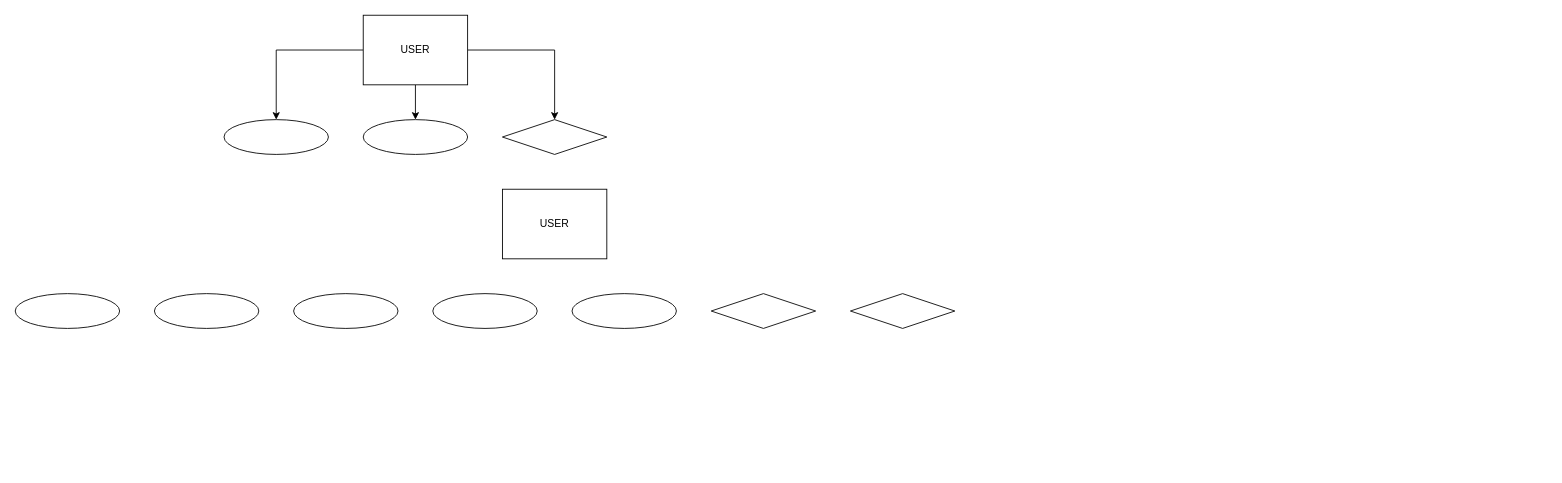
Above: Appl Idea/Draft Entity Relationship Diagram (ERD).drawio in anhvuanhvu/SPU_CSC3220_W25_T7 (draw.io), before the change. Source tidied: cells renumbered, new cells numbered last; positions are measured from the earlier drawing's top-left corner, leaving out a move shared by most shapes. Both pictures are drawn from the tidied source at 87%, with x=0, y=0 at pixel (15, 15).
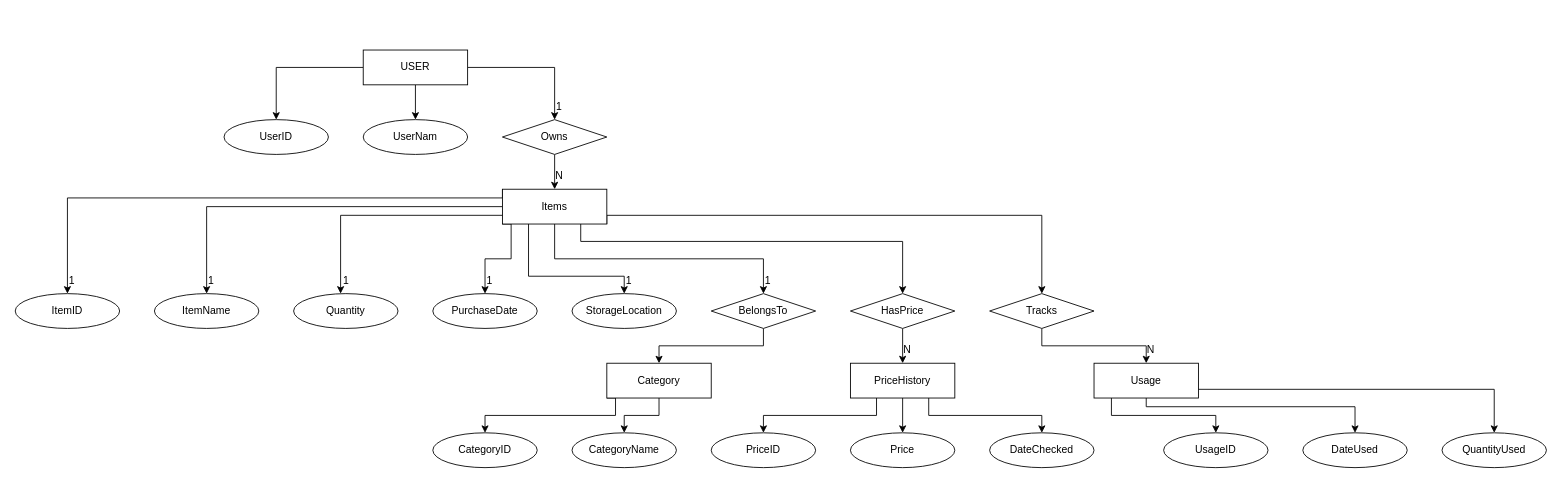
The same page after the edit.

The edit, as a diff of the source:
```diff
@@
     <mxCell id="5" value="USER" style="rounded=0;whiteSpace=wrap;html=1;" parent="1" vertex="1">
-      <mxGeometry x="400" width="120" height="80" as="geometry" />
+      <mxGeometry x="400" y="40" width="120" height="40" as="geometry" />
     </mxCell>
-    <mxCell id="6" style="ellipse;whiteSpace=wrap;html=1;" parent="1" vertex="1">
+    <mxCell id="6" value="UserNam" style="ellipse;whiteSpace=wrap;html=1;" parent="1" vertex="1">
       <mxGeometry x="400" y="120" width="120" height="40" as="geometry" />
     </mxCell>
-    <mxCell id="7" style="ellipse;whiteSpace=wrap;html=1;" parent="1" vertex="1">
+    <mxCell id="7" value="UserID" style="ellipse;whiteSpace=wrap;html=1;" parent="1" vertex="1">
       <mxGeometry x="240" y="120" width="120" height="40" as="geometry" />
     </mxCell>
+    <mxCell id="18" style="edgeStyle=orthogonalEdgeStyle;rounded=0;jettySize=auto;html=1;exitX=0.5;exitY=1;exitDx=0;exitDy=0;entryX=0.5;entryY=0;entryDx=0;entryDy=0;" parent="1" edge="1" source="8" target="9">
+      <mxGeometry relative="1" as="geometry" />
+    </mxCell>
-    <mxCell id="8" style="rhombus;whiteSpace=wrap;html=1;" parent="1" vertex="1">
+    <mxCell id="8" value="Owns" style="rhombus;whiteSpace=wrap;html=1;" parent="1" vertex="1">
       <mxGeometry x="560" y="120" width="120" height="40" as="geometry" />
     </mxCell>
+    <mxCell id="19" style="edgeStyle=orthogonalEdgeStyle;rounded=0;jettySize=auto;html=1;exitX=0.5;exitY=1;exitDx=0;exitDy=0;entryX=0.5;entryY=0;entryDx=0;entryDy=0;" parent="1" edge="1" source="9" target="16">
+      <mxGeometry relative="1" as="geometry" />
+    </mxCell>
+    <mxCell id="20" style="edgeStyle=orthogonalEdgeStyle;rounded=0;jettySize=auto;html=1;exitX=0.75;exitY=1;exitDx=0;exitDy=0;entryX=0.5;entryY=0;entryDx=0;entryDy=0;" parent="1" edge="1" target="17">
+      <mxGeometry relative="1" as="geometry">
+        <mxPoint x="650" y="230" as="sourcePoint" />
+        <Array as="points">
+          <mxPoint x="650" y="260" />
+          <mxPoint x="1020" y="260" />
+        </Array>
+      </mxGeometry>
+    </mxCell>
+    <mxCell id="21" style="edgeStyle=orthogonalEdgeStyle;rounded=0;jettySize=auto;html=1;exitX=1;exitY=1;exitDx=0;exitDy=0;entryX=0.5;entryY=0;entryDx=0;entryDy=0;" parent="1" edge="1" source="9" target="41">
+      <mxGeometry relative="1" as="geometry">
+        <Array as="points">
+          <mxPoint x="680" y="230" />
+          <mxPoint x="1180" y="230" />
+        </Array>
+      </mxGeometry>
+    </mxCell>
+    <mxCell id="22" style="edgeStyle=orthogonalEdgeStyle;rounded=0;jettySize=auto;html=1;exitX=0.25;exitY=1;exitDx=0;exitDy=0;" parent="1" edge="1" source="9" target="11">
+      <mxGeometry relative="1" as="geometry">
+        <Array as="points">
+          <mxPoint x="590" y="300" />
+          <mxPoint x="700" y="300" />
+        </Array>
+      </mxGeometry>
+    </mxCell>
+    <mxCell id="23" style="edgeStyle=orthogonalEdgeStyle;rounded=0;jettySize=auto;html=1;exitX=0;exitY=1;exitDx=0;exitDy=0;" parent="1" edge="1" source="9" target="10">
+      <mxGeometry relative="1" as="geometry">
+        <Array as="points">
+          <mxPoint x="570" y="240" />
+          <mxPoint x="570" y="280" />
+          <mxPoint x="540" y="280" />
+        </Array>
+      </mxGeometry>
+    </mxCell>
+    <mxCell id="24" style="edgeStyle=orthogonalEdgeStyle;rounded=0;jettySize=auto;html=1;exitX=0;exitY=0.5;exitDx=0;exitDy=0;entryX=0.5;entryY=0;entryDx=0;entryDy=0;" parent="1" edge="1" source="9" target="13">
+      <mxGeometry relative="1" as="geometry" />
+    </mxCell>
+    <mxCell id="25" style="edgeStyle=orthogonalEdgeStyle;rounded=0;jettySize=auto;html=1;exitX=0;exitY=0;exitDx=0;exitDy=0;entryX=0.5;entryY=0;entryDx=0;entryDy=0;" parent="1" edge="1" source="9" target="14">
+      <mxGeometry relative="1" as="geometry">
+        <Array as="points">
+          <mxPoint x="560" y="210" />
+          <mxPoint x="60" y="210" />
+        </Array>
+      </mxGeometry>
+    </mxCell>
-    <mxCell id="9" value="USER" style="rounded=0;whiteSpace=wrap;html=1;" parent="1" vertex="1">
-      <mxGeometry x="560" y="200" width="120" height="80" as="geometry" />
+    <mxCell id="9" value="Items" style="rounded=0;whiteSpace=wrap;html=1;" parent="1" vertex="1">
+      <mxGeometry x="560" y="200" width="120" height="40" as="geometry" />
     </mxCell>
-    <mxCell id="10" style="ellipse;whiteSpace=wrap;html=1;" parent="1" vertex="1">
+    <mxCell id="10" value="PurchaseDate" style="ellipse;whiteSpace=wrap;html=1;" parent="1" vertex="1">
       <mxGeometry x="480" y="320" width="120" height="40" as="geometry" />
     </mxCell>
-    <mxCell id="11" style="ellipse;whiteSpace=wrap;html=1;" parent="1" vertex="1">
+    <mxCell id="11" value="StorageLocation" style="ellipse;whiteSpace=wrap;html=1;" parent="1" vertex="1">
       <mxGeometry x="640" y="320" width="120" height="40" as="geometry" />
     </mxCell>
-    <mxCell id="12" style="ellipse;whiteSpace=wrap;html=1;" parent="1" vertex="1">
+    <mxCell id="12" value="Quantity" style="ellipse;whiteSpace=wrap;html=1;" parent="1" vertex="1">
       <mxGeometry x="320" y="320" width="120" height="40" as="geometry" />
     </mxCell>
-    <mxCell id="13" style="ellipse;whiteSpace=wrap;html=1;" parent="1" vertex="1">
+    <mxCell id="13" value="ItemName" style="ellipse;whiteSpace=wrap;html=1;" parent="1" vertex="1">
       <mxGeometry x="160" y="320" width="120" height="40" as="geometry" />
     </mxCell>
-    <mxCell id="14" style="ellipse;whiteSpace=wrap;html=1;" parent="1" vertex="1">
+    <mxCell id="14" value="ItemID" style="ellipse;whiteSpace=wrap;html=1;" parent="1" vertex="1">
       <mxGeometry y="320" width="120" height="40" as="geometry" />
     </mxCell>
@@
+    <mxCell id="26" style="edgeStyle=orthogonalEdgeStyle;rounded=0;jettySize=auto;html=1;exitX=0.5;exitY=1;exitDx=0;exitDy=0;entryX=0.5;entryY=0;entryDx=0;entryDy=0;" parent="1" edge="1" source="16" target="30">
+      <mxGeometry relative="1" as="geometry" />
+    </mxCell>
-    <mxCell id="16" style="rhombus;whiteSpace=wrap;html=1;" parent="1" vertex="1">
+    <mxCell id="16" value="BelongsTo" style="rhombus;whiteSpace=wrap;html=1;" parent="1" vertex="1">
       <mxGeometry x="800" y="320" width="120" height="40" as="geometry" />
     </mxCell>
+    <mxCell id="27" style="edgeStyle=orthogonalEdgeStyle;rounded=0;jettySize=auto;html=1;exitX=0.5;exitY=1;exitDx=0;exitDy=0;entryX=0.5;entryY=0;entryDx=0;entryDy=0;" parent="1" edge="1" source="17" target="36">
+      <mxGeometry relative="1" as="geometry" />
+    </mxCell>
-    <mxCell id="17" style="rhombus;whiteSpace=wrap;html=1;" parent="1" vertex="1">
+    <mxCell id="17" value="HasPrice" style="rhombus;whiteSpace=wrap;html=1;" parent="1" vertex="1">
       <mxGeometry x="960" y="320" width="120" height="40" as="geometry" />
     </mxCell>
+    <mxCell id="28" style="edgeStyle=orthogonalEdgeStyle;rounded=0;jettySize=auto;html=1;entryX=0.5;entryY=0;entryDx=0;entryDy=0;" parent="1" edge="1" source="30" target="39">
+      <mxGeometry relative="1" as="geometry" />
+    </mxCell>
+    <mxCell id="29" style="edgeStyle=orthogonalEdgeStyle;rounded=0;jettySize=auto;html=1;exitX=0;exitY=1;exitDx=0;exitDy=0;entryX=0.5;entryY=0;entryDx=0;entryDy=0;" parent="1" edge="1" source="30" target="38">
+      <mxGeometry relative="1" as="geometry">
+        <Array as="points">
+          <mxPoint x="690" y="440" />
+          <mxPoint x="690" y="460" />
+          <mxPoint x="540" y="460" />
+        </Array>
+      </mxGeometry>
+    </mxCell>
+    <mxCell id="30" value="Category" style="rounded=0;whiteSpace=wrap;html=1;" parent="1" vertex="1">
+      <mxGeometry x="680" y="400" width="120" height="40" as="geometry" />
+    </mxCell>
+    <mxCell id="31" value="DateChecked" style="ellipse;whiteSpace=wrap;html=1;" parent="1" vertex="1">
+      <mxGeometry x="1120" y="480" width="120" height="40" as="geometry" />
+    </mxCell>
+    <mxCell id="32" value="PriceID" style="ellipse;whiteSpace=wrap;html=1;" parent="1" vertex="1">
+      <mxGeometry x="800" y="480" width="120" height="40" as="geometry" />
+    </mxCell>
+    <mxCell id="33" style="edgeStyle=orthogonalEdgeStyle;rounded=0;jettySize=auto;html=1;exitX=0.5;exitY=1;exitDx=0;exitDy=0;entryX=0.5;entryY=0;entryDx=0;entryDy=0;" parent="1" edge="1" source="36" target="37">
+      <mxGeometry relative="1" as="geometry" />
+    </mxCell>
+    <mxCell id="34" style="edgeStyle=orthogonalEdgeStyle;rounded=0;jettySize=auto;html=1;exitX=0.25;exitY=1;exitDx=0;exitDy=0;entryX=0.5;entryY=0;entryDx=0;entryDy=0;" parent="1" edge="1" source="36" target="32">
+      <mxGeometry relative="1" as="geometry" />
+    </mxCell>
+    <mxCell id="35" style="edgeStyle=orthogonalEdgeStyle;rounded=0;jettySize=auto;html=1;exitX=0.75;exitY=1;exitDx=0;exitDy=0;" parent="1" edge="1" source="36" target="31">
+      <mxGeometry relative="1" as="geometry" />
+    </mxCell>
+    <mxCell id="36" value="PriceHistory" style="rounded=0;whiteSpace=wrap;html=1;" parent="1" vertex="1">
+      <mxGeometry x="960" y="400" width="120" height="40" as="geometry" />
+    </mxCell>
+    <mxCell id="37" value="Price" style="ellipse;whiteSpace=wrap;html=1;" parent="1" vertex="1">
+      <mxGeometry x="960" y="480" width="120" height="40" as="geometry" />
+    </mxCell>
+    <mxCell id="38" value="CategoryID" style="ellipse;whiteSpace=wrap;html=1;" parent="1" vertex="1">
+      <mxGeometry x="480" y="480" width="120" height="40" as="geometry" />
+    </mxCell>
+    <mxCell id="39" value="CategoryName" style="ellipse;whiteSpace=wrap;html=1;" parent="1" vertex="1">
+      <mxGeometry x="640" y="480" width="120" height="40" as="geometry" />
+    </mxCell>
+    <mxCell id="40" style="edgeStyle=orthogonalEdgeStyle;rounded=0;jettySize=auto;html=1;entryX=0.5;entryY=0;entryDx=0;entryDy=0;" parent="1" edge="1" source="41" target="45">
+      <mxGeometry relative="1" as="geometry" />
+    </mxCell>
+    <mxCell id="41" value="Tracks" style="rhombus;whiteSpace=wrap;html=1;" parent="1" vertex="1">
+      <mxGeometry x="1120" y="320" width="120" height="40" as="geometry" />
+    </mxCell>
+    <mxCell id="42" style="edgeStyle=orthogonalEdgeStyle;rounded=0;jettySize=auto;html=1;" parent="1" edge="1" source="45" target="46">
+      <mxGeometry relative="1" as="geometry">
+        <Array as="points">
+          <mxPoint x="1260" y="460" />
+          <mxPoint x="1380" y="460" />
+        </Array>
+      </mxGeometry>
+    </mxCell>
+    <mxCell id="43" style="edgeStyle=orthogonalEdgeStyle;rounded=0;jettySize=auto;html=1;exitX=1;exitY=0.5;exitDx=0;exitDy=0;entryX=0.5;entryY=0;entryDx=0;entryDy=0;" parent="1" edge="1" target="47">
+      <mxGeometry relative="1" as="geometry">
+        <mxPoint x="1360" y="430" as="sourcePoint" />
+        <Array as="points">
+          <mxPoint x="1300" y="430" />
+          <mxPoint x="1300" y="450" />
+          <mxPoint x="1540" y="450" />
+        </Array>
+      </mxGeometry>
+    </mxCell>
+    <mxCell id="44" style="edgeStyle=orthogonalEdgeStyle;rounded=0;jettySize=auto;html=1;entryX=0.5;entryY=0;entryDx=0;entryDy=0;" parent="1" edge="1" source="45" target="48">
+      <mxGeometry relative="1" as="geometry">
+        <Array as="points">
+          <mxPoint x="1700" y="430" />
+        </Array>
+      </mxGeometry>
+    </mxCell>
+    <mxCell id="45" value="Usage" style="rounded=0;whiteSpace=wrap;html=1;" parent="1" vertex="1">
+      <mxGeometry x="1240" y="400" width="120" height="40" as="geometry" />
+    </mxCell>
+    <mxCell id="46" value="UsageID" style="ellipse;whiteSpace=wrap;html=1;" parent="1" vertex="1">
+      <mxGeometry x="1320" y="480" width="120" height="40" as="geometry" />
+    </mxCell>
+    <mxCell id="47" value="DateUsed" style="ellipse;whiteSpace=wrap;html=1;" parent="1" vertex="1">
+      <mxGeometry x="1480" y="480" width="120" height="40" as="geometry" />
+    </mxCell>
+    <mxCell id="48" value="QuantityUsed" style="ellipse;whiteSpace=wrap;html=1;" parent="1" vertex="1">
+      <mxGeometry x="1640" y="480" width="120" height="40" as="geometry" />
+    </mxCell>
+    <mxCell id="49" style="edgeStyle=orthogonalEdgeStyle;rounded=0;jettySize=auto;html=1;exitX=0;exitY=0.75;exitDx=0;exitDy=0;entryX=0.45;entryY=0;entryDx=0;entryDy=0;entryPerimeter=0;" parent="1" edge="1" source="9" target="12">
+      <mxGeometry relative="1" as="geometry">
+        <Array as="points">
+          <mxPoint x="374" y="230" />
+        </Array>
+      </mxGeometry>
+    </mxCell>
+    <mxCell id="50" value="1" style="text;html=1;align=center;verticalAlign=middle;strokeColor=none;fillColor=none;" parent="1" vertex="1">
+      <mxGeometry x="610" y="90" width="30" height="30" as="geometry" />
+    </mxCell>
+    <mxCell id="51" value="N" style="text;html=1;align=center;verticalAlign=middle;strokeColor=none;fillColor=none;" parent="1" vertex="1">
+      <mxGeometry x="610" y="170" width="30" height="30" as="geometry" />
+    </mxCell>
+    <mxCell id="52" value="1" style="text;html=1;align=center;verticalAlign=middle;strokeColor=none;fillColor=none;" parent="1" vertex="1">
+      <mxGeometry x="50" y="290" width="30" height="30" as="geometry" />
+    </mxCell>
+    <mxCell id="53" value="1" style="text;html=1;align=center;verticalAlign=middle;strokeColor=none;fillColor=none;" parent="1" vertex="1">
+      <mxGeometry x="210" y="290" width="30" height="30" as="geometry" />
+    </mxCell>
+    <mxCell id="54" value="1" style="text;html=1;align=center;verticalAlign=middle;strokeColor=none;fillColor=none;" parent="1" vertex="1">
+      <mxGeometry x="365" y="290" width="30" height="30" as="geometry" />
+    </mxCell>
+    <mxCell id="55" value="1" style="text;html=1;align=center;verticalAlign=middle;strokeColor=none;fillColor=none;" parent="1" vertex="1">
+      <mxGeometry x="530" y="290" width="30" height="30" as="geometry" />
+    </mxCell>
+    <mxCell id="56" value="1" style="text;html=1;align=center;verticalAlign=middle;strokeColor=none;fillColor=none;" parent="1" vertex="1">
+      <mxGeometry x="690" y="290" width="30" height="30" as="geometry" />
+    </mxCell>
+    <mxCell id="57" value="1" style="text;html=1;align=center;verticalAlign=middle;strokeColor=none;fillColor=none;" parent="1" vertex="1">
+      <mxGeometry x="850" y="290" width="30" height="30" as="geometry" />
+    </mxCell>
+    <mxCell id="58" value="N" style="text;html=1;align=center;verticalAlign=middle;strokeColor=none;fillColor=none;" parent="1" vertex="1">
+      <mxGeometry x="1010" y="370" width="30" height="30" as="geometry" />
+    </mxCell>
+    <mxCell id="59" value="N" style="text;html=1;align=center;verticalAlign=middle;strokeColor=none;fillColor=none;" parent="1" vertex="1">
+      <mxGeometry x="1290" y="370" width="30" height="30" as="geometry" />
+    </mxCell>
```
